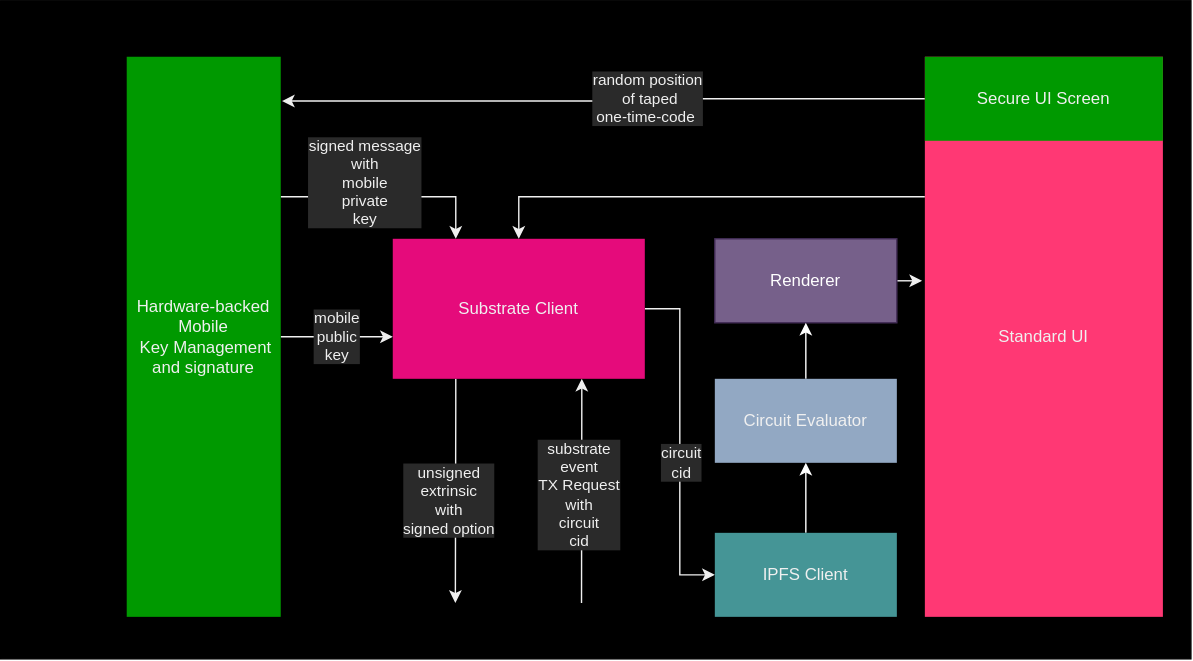
Above: src/fig/App_architecture.svg in Interstellar-Network/Interstellar-Book (draw.io), before the change. Source tidied: cells renumbered, new cells last; positions are measured from the earlier drawing's top-left corner, leaving out a move shared by most shapes.
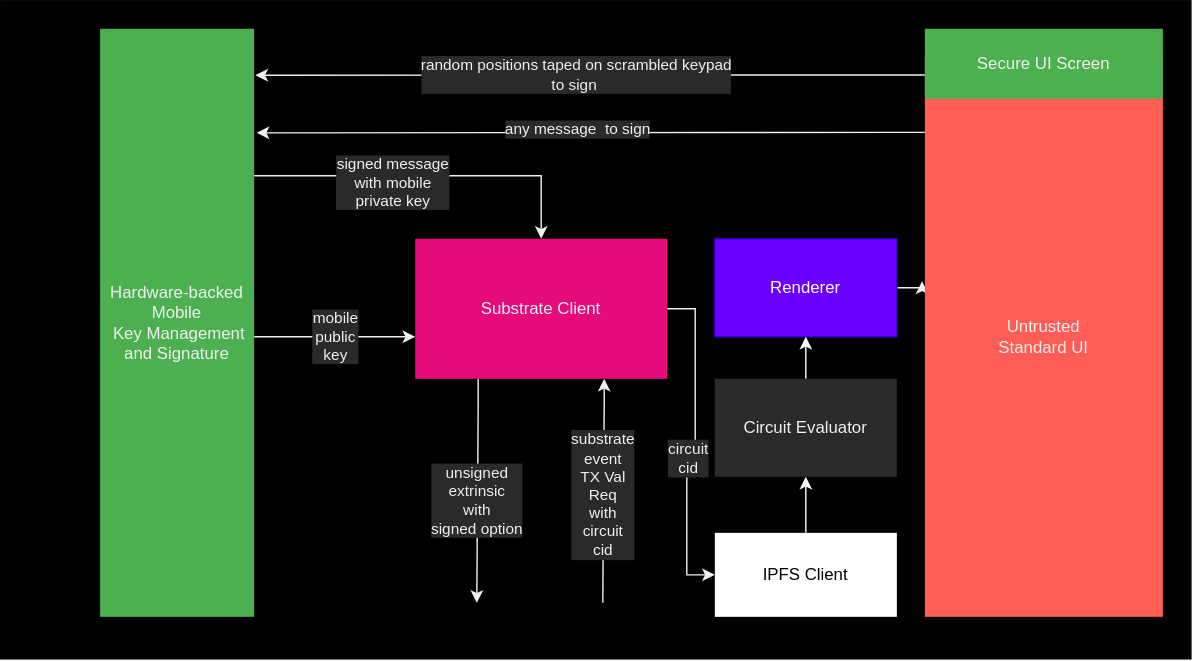
The same diagram one commit later.

Change to the diagram source:
```diff
@@ -8,14 +8,14 @@
     <mxCell id="3" style="edgeStyle=orthogonalEdgeStyle;rounded=0;jettySize=auto;html=1;exitX=1;exitY=0.5;exitDx=0;exitDy=0;entryX=-0.012;entryY=0.401;entryDx=0;entryDy=0;entryPerimeter=0;startArrow=none;startFill=0;" parent="1" edge="1" source="4" target="19">
       <mxGeometry relative="1" as="geometry" />
     </mxCell>
-    <mxCell id="4" value="Renderer" style="rounded=0;whiteSpace=wrap;html=1;fillColor=#76608a;fontColor=#ffffff;strokeColor=#432D57;" parent="1" vertex="1">
-      <mxGeometry x="510" y="170" width="130" height="60" as="geometry" />
+    <mxCell id="4" value="Renderer" style="rounded=0;whiteSpace=wrap;html=1;fillColor=#6a00ff;fontColor=#ffffff;strokeColor=#3700CC;" parent="1" vertex="1">
+      <mxGeometry x="510" y="170" width="130" height="70" as="geometry" />
     </mxCell>
     <mxCell id="5" style="edgeStyle=orthogonalEdgeStyle;rounded=0;jettySize=auto;html=1;entryX=0.5;entryY=1;entryDx=0;entryDy=0;strokeColor=#FFFFFF;" parent="1" edge="1" source="6" target="4">
       <mxGeometry relative="1" as="geometry" />
     </mxCell>
-    <mxCell id="6" value="Circuit Evaluator" style="rounded=0;whiteSpace=wrap;html=1;fillColor=#92A8C3;strokeColor=none;" parent="1" vertex="1">
-      <mxGeometry x="510" y="270" width="130" height="60" as="geometry" />
+    <mxCell id="6" value="Circuit Evaluator" style="rounded=0;whiteSpace=wrap;html=1;strokeColor=none;" parent="1" vertex="1">
+      <mxGeometry x="510" y="270" width="130" height="70" as="geometry" />
     </mxCell>
     <mxCell id="7" style="edgeStyle=orthogonalEdgeStyle;rounded=0;jettySize=auto;html=1;exitX=1;exitY=0.5;exitDx=0;exitDy=0;entryX=0;entryY=0.5;entryDx=0;entryDy=0;" parent="1" edge="1" source="13" target="15">
       <mxGeometry relative="1" as="geometry" />
@@ -23,64 +23,92 @@
     <mxCell id="8" value="circuit&lt;br&gt;cid" style="edgeLabel;html=1;align=center;verticalAlign=middle;" parent="7" vertex="1">
       <mxGeometry x="0.12" y="1" relative="1" as="geometry" />
     </mxCell>
-    <mxCell id="9" style="edgeStyle=orthogonalEdgeStyle;rounded=0;jettySize=auto;html=1;exitX=0.75;exitY=1;exitDx=0;exitDy=0;startArrow=classic;startFill=1;endArrow=none;endFill=0;entryX=0.488;entryY=0.915;entryDx=0;entryDy=0;entryPerimeter=0;" parent="1" edge="1" source="13" target="2">
-      <mxGeometry relative="1" as="geometry" />
+    <mxCell id="9" style="edgeStyle=orthogonalEdgeStyle;rounded=0;jettySize=auto;html=1;exitX=0.75;exitY=1;exitDx=0;exitDy=0;startArrow=classic;startFill=1;endArrow=none;endFill=0;" parent="1" edge="1" source="13">
+      <mxGeometry relative="1" as="geometry">
+        <mxPoint x="430" y="430" as="targetPoint" />
+        <Array as="points">
+          <mxPoint x="431" y="290" />
+          <mxPoint x="430" y="290" />
+          <mxPoint x="430" y="430" />
+        </Array>
+      </mxGeometry>
     </mxCell>
-    <mxCell id="10" value="substrate&lt;br&gt;event&lt;br&gt;TX Request&lt;br&gt;with&lt;br&gt;circuit&lt;br&gt;cid" style="edgeLabel;html=1;align=center;verticalAlign=middle;" parent="9" vertex="1">
+    <mxCell id="10" value="substrate&lt;br&gt;event&lt;br&gt;TX Val&lt;br&gt;Req&lt;br&gt;with&lt;br&gt;circuit&lt;br&gt;cid" style="edgeLabel;html=1;align=center;verticalAlign=middle;" parent="9" vertex="1">
       <mxGeometry x="-0.69" y="-1" relative="1" as="geometry">
-        <mxPoint x="-1" y="59" as="offset" />
+        <mxPoint x="1" y="59" as="offset" />
       </mxGeometry>
     </mxCell>
-    <mxCell id="11" style="edgeStyle=orthogonalEdgeStyle;rounded=0;jettySize=auto;html=1;exitX=0.25;exitY=1;exitDx=0;exitDy=0;entryX=0.382;entryY=0.915;entryDx=0;entryDy=0;entryPerimeter=0;startArrow=none;startFill=0;endArrow=classic;endFill=1;" parent="1" edge="1" source="13" target="2">
-      <mxGeometry relative="1" as="geometry" />
+    <mxCell id="11" style="edgeStyle=orthogonalEdgeStyle;rounded=0;jettySize=auto;html=1;exitX=0.25;exitY=1;exitDx=0;exitDy=0;startArrow=none;startFill=0;endArrow=classic;endFill=1;" parent="1" edge="1" source="13">
+      <mxGeometry relative="1" as="geometry">
+        <mxPoint x="340" y="430" as="targetPoint" />
+        <Array as="points">
+          <mxPoint x="341" y="290" />
+          <mxPoint x="340" y="290" />
+          <mxPoint x="340" y="430" />
+        </Array>
+      </mxGeometry>
     </mxCell>
     <mxCell id="12" value="unsigned&lt;br&gt;extrinsic&lt;br&gt;with&lt;br&gt;signed option" style="edgeLabel;html=1;align=center;verticalAlign=middle;" parent="11" vertex="1">
       <mxGeometry x="-0.79" y="2" relative="1" as="geometry">
-        <mxPoint x="-7" y="70" as="offset" />
+        <mxPoint x="-3" y="70" as="offset" />
       </mxGeometry>
     </mxCell>
     <mxCell id="13" value="Substrate Client" style="rounded=0;whiteSpace=wrap;html=1;fillColor=#e50b7b;strokeColor=none;" parent="1" vertex="1">
-      <mxGeometry x="280" y="170" width="180" height="100" as="geometry" />
+      <mxGeometry x="296" y="170" width="180" height="100" as="geometry" />
     </mxCell>
     <mxCell id="14" style="edgeStyle=orthogonalEdgeStyle;rounded=0;jettySize=auto;html=1;strokeColor=#FFFFFF;" parent="1" edge="1" source="15" target="6">
       <mxGeometry relative="1" as="geometry" />
     </mxCell>
-    <mxCell id="15" value="IPFS Client" style="rounded=0;whiteSpace=wrap;html=1;fillColor=#459596;strokeColor=none;" parent="1" vertex="1">
+    <mxCell id="15" value="&lt;font color=&quot;#000000&quot;&gt;IPFS Client&lt;/font&gt;" style="rounded=0;whiteSpace=wrap;html=1;fillColor=#FFFFFF;strokeColor=none;" parent="1" vertex="1">
       <mxGeometry x="510" y="380" width="130" height="60" as="geometry" />
     </mxCell>
     <mxCell id="16" style="edgeStyle=orthogonalEdgeStyle;rounded=0;jettySize=auto;html=1;entryX=1.008;entryY=0.079;entryDx=0;entryDy=0;entryPerimeter=0;" parent="1" edge="1" source="23" target="22">
-      <mxGeometry relative="1" as="geometry" />
+      <mxGeometry relative="1" as="geometry">
+        <Array as="points">
+          <mxPoint x="610" y="53" />
+          <mxPoint x="610" y="53" />
+        </Array>
+      </mxGeometry>
     </mxCell>
-    <mxCell id="17" value="random position&lt;br&gt;&amp;nbsp;of taped &lt;br&gt;one-time-code&amp;nbsp;" style="edgeLabel;html=1;align=center;verticalAlign=middle;" parent="16" vertex="1">
+    <mxCell id="17" value="random positions taped on scrambled keypad&lt;br&gt;to sign&amp;nbsp;" style="edgeLabel;html=1;align=center;verticalAlign=middle;" parent="16" vertex="1">
       <mxGeometry x="-0.21" relative="1" as="geometry">
-        <mxPoint x="-18" as="offset" />
+        <mxPoint x="-62" as="offset" />
       </mxGeometry>
     </mxCell>
-    <mxCell id="18" style="edgeStyle=orthogonalEdgeStyle;rounded=0;jettySize=auto;html=1;entryX=0.5;entryY=0;entryDx=0;entryDy=0;startArrow=none;startFill=0;" parent="1" edge="1" source="19" target="13">
+    <mxCell id="18" style="edgeStyle=orthogonalEdgeStyle;rounded=0;jettySize=auto;html=1;entryX=1.016;entryY=0.177;entryDx=0;entryDy=0;startArrow=none;startFill=0;entryPerimeter=0;" parent="1" edge="1" source="19" target="22">
       <mxGeometry relative="1" as="geometry">
         <Array as="points">
-          <mxPoint x="370" y="140" />
+          <mxPoint x="640" y="94" />
+          <mxPoint x="640" y="94" />
         </Array>
       </mxGeometry>
     </mxCell>
+    <mxCell id="24" value="any message&amp;nbsp; to sign" style="edgeLabel;html=1;align=center;verticalAlign=middle;" parent="18" vertex="1">
+      <mxGeometry x="0.04" y="-3" relative="1" as="geometry" />
+    </mxCell>
-    <mxCell id="19" value="Standard UI" style="rounded=0;whiteSpace=wrap;html=1;fillColor=#FF3874;strokeColor=none;" parent="1" vertex="1">
+    <mxCell id="19" value="Untrusted &lt;br&gt;Standard UI" style="rounded=0;whiteSpace=wrap;html=1;fillColor=#ff5d55;strokeColor=none;" parent="1" vertex="1">
       <mxGeometry x="660" y="40" width="170" height="400" as="geometry" />
     </mxCell>
-    <mxCell id="20" value="signed message&lt;br&gt;with&lt;br&gt;mobile&lt;br&gt;private&lt;br&gt;key" style="edgeStyle=orthogonalEdgeStyle;rounded=0;jettySize=auto;html=1;exitX=1;exitY=0.25;exitDx=0;exitDy=0;entryX=0.25;entryY=0;entryDx=0;entryDy=0;startArrow=none;startFill=0;" parent="1" edge="1" source="22" target="13">
-      <mxGeometry x="-0.23" y="10" relative="1" as="geometry">
+    <mxCell id="20" value="signed message&lt;br&gt;with mobile&lt;br&gt;private key" style="edgeStyle=orthogonalEdgeStyle;rounded=0;jettySize=auto;html=1;exitX=1;exitY=0.25;exitDx=0;exitDy=0;startArrow=none;startFill=0;entryX=0.5;entryY=0;entryDx=0;entryDy=0;" parent="1" edge="1" source="22" target="13">
+      <mxGeometry x="-0.21" y="-5" relative="1" as="geometry">
         <Array as="points">
-          <mxPoint x="325" y="140" />
+          <mxPoint x="386" y="125" />
         </Array>
       </mxGeometry>
     </mxCell>
     <mxCell id="21" value="mobile&lt;br&gt;public&lt;br&gt;key" style="edgeStyle=orthogonalEdgeStyle;rounded=0;jettySize=auto;html=1;entryX=0;entryY=0.7;entryDx=0;entryDy=0;entryPerimeter=0;startArrow=none;startFill=0;" parent="1" edge="1" source="22" target="13">
-      <mxGeometry relative="1" as="geometry" />
+      <mxGeometry relative="1" as="geometry">
+        <Array as="points">
+          <mxPoint x="290" y="240" />
+          <mxPoint x="290" y="240" />
+        </Array>
+      </mxGeometry>
     </mxCell>
-    <mxCell id="22" value="Hardware-backed&lt;br&gt;Mobile&lt;br&gt;&amp;nbsp;Key Management and signature" style="rounded=0;whiteSpace=wrap;html=1;fillColor=#009900;strokeColor=none;" parent="1" vertex="1">
-      <mxGeometry x="90" y="40" width="110" height="400" as="geometry" />
+    <mxCell id="22" value="Hardware-backed&lt;br&gt;Mobile&lt;br&gt;&amp;nbsp;Key Management and Signature" style="rounded=0;whiteSpace=wrap;html=1;fillColor=#4cb050;strokeColor=none;" parent="1" vertex="1">
+      <mxGeometry x="71" y="20" width="110" height="420" as="geometry" />
     </mxCell>
-    <mxCell id="23" value="Secure UI Screen" style="rounded=0;whiteSpace=wrap;html=1;fillColor=#009900;strokeColor=none;" parent="1" vertex="1">
-      <mxGeometry x="660" y="40" width="170" height="60" as="geometry" />
+    <mxCell id="23" value="Secure UI Screen" style="rounded=0;whiteSpace=wrap;html=1;fillColor=#4cb050;strokeColor=none;" parent="1" vertex="1">
+      <mxGeometry x="660" y="20" width="170" height="50" as="geometry" />
     </mxCell>
   </root>
 </mxGraphModel>
```
